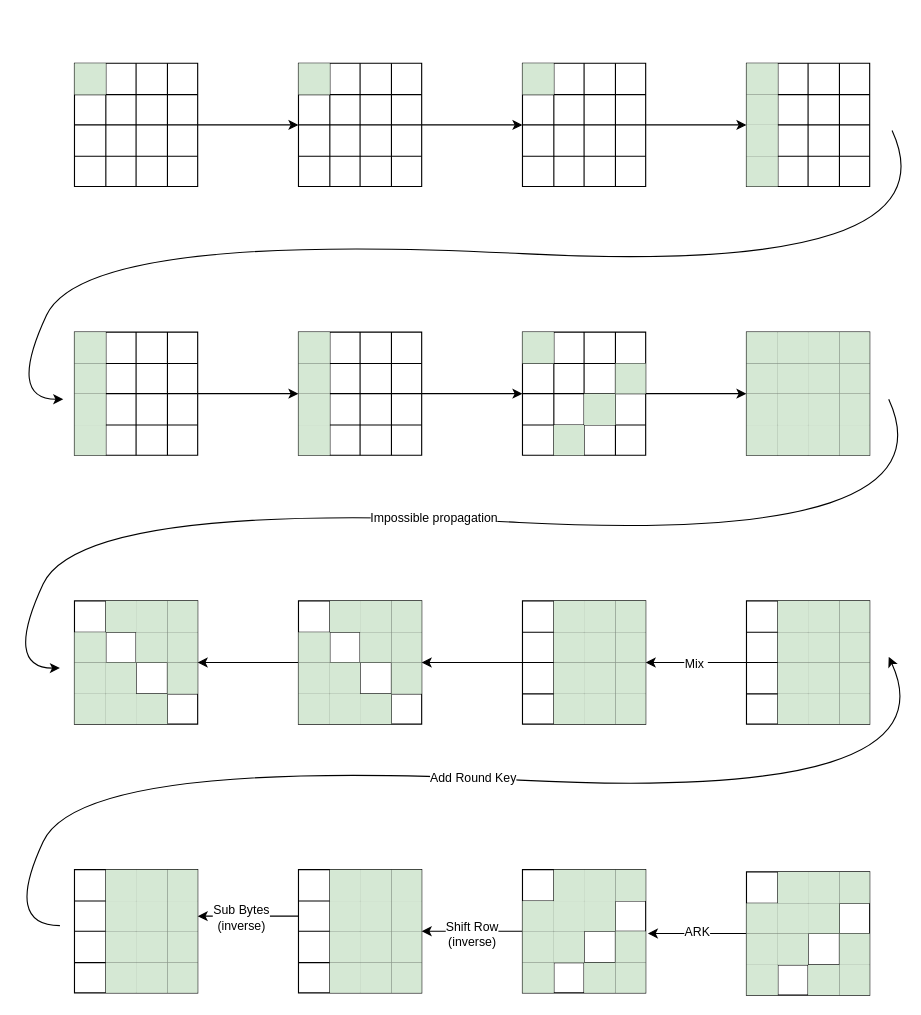
The draw.io diagram Untitled Diagram.drawio in VickyMerzOwn/CS553-Codes, before the edit. Source tidied: cells renumbered, new cells numbered last; positions are measured from the earlier drawing's top-left corner, leaving out a move shared by most shapes. Both pictures are drawn from the tidied source at 112%, with x=0, y=0 at pixel (3, 63).
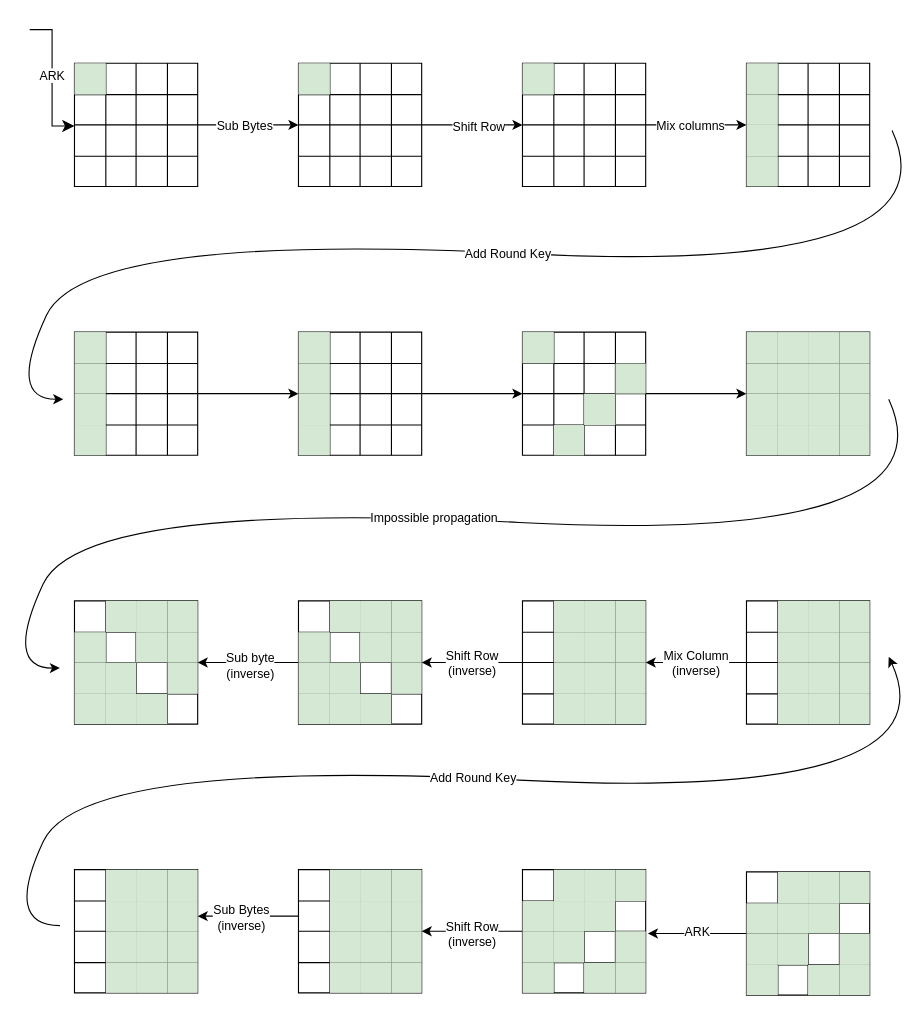
After the change.

The change refers to these unchanged cells:
```xml
<mxCell id="2" style="edgeStyle=orthogonalEdgeStyle;rounded=0;jettySize=auto;html=1;" parent="1" edge="1" source="3" target="25">
  <mxGeometry relative="1" as="geometry" />
</mxCell>
<mxCell id="24" style="edgeStyle=orthogonalEdgeStyle;rounded=0;jettySize=auto;html=1;" parent="1" edge="1" source="25" target="47">
  <mxGeometry relative="1" as="geometry" />
</mxCell>
<mxCell id="46" style="edgeStyle=orthogonalEdgeStyle;rounded=0;jettySize=auto;html=1;" parent="1" edge="1" source="47">
  <mxGeometry relative="1" as="geometry">
    <mxPoint x="663" y="55" as="targetPoint" />
  </mxGeometry>
</mxCell>
<mxCell id="176" style="edgeStyle=orthogonalEdgeStyle;rounded=0;jettySize=auto;html=1;" parent="1" edge="1" source="199" target="177">
  <mxGeometry relative="1" as="geometry" />
</mxCell>
<mxCell id="198" style="edgeStyle=orthogonalEdgeStyle;rounded=0;jettySize=auto;html=1;" parent="1" edge="1" source="222" target="199">
  <mxGeometry relative="1" as="geometry" />
</mxCell>
<mxCell id="220" style="edgeStyle=orthogonalEdgeStyle;rounded=0;jettySize=auto;html=1;" parent="1" edge="1" source="243" target="222">
  <mxGeometry relative="1" as="geometry" />
</mxCell>
<mxCell id="352" style="curved=1;endArrow=classic;html=1;rounded=0;" parent="1" edge="1">
  <mxGeometry relative="1" as="geometry">
    <mxPoint x="793" y="60" as="sourcePoint" />
    <mxPoint x="53" y="300" as="targetPoint" />
    <Array as="points">
      <mxPoint x="853" y="190" />
      <mxPoint x="73" y="150" />
      <mxPoint x="3" y="300" />
    </Array>
  </mxGeometry>
</mxCell>
```

The edit, as a diff of the source:
```diff
@@
+    <mxCell id="359" value="Sub Bytes" style="edgeLabel;html=1;align=center;verticalAlign=middle;" parent="2" vertex="1">
+      <mxGeometry x="-0.09" relative="1" as="geometry" />
+    </mxCell>
@@
+    <mxCell id="360" value="Shift Row" style="edgeLabel;html=1;align=center;verticalAlign=middle;" parent="24" vertex="1">
+      <mxGeometry x="0.11" y="-1" relative="1" as="geometry" />
+    </mxCell>
@@
+    <mxCell id="361" value="Mix columns" style="edgeLabel;html=1;align=center;verticalAlign=middle;" parent="46" vertex="1">
+      <mxGeometry x="0.07" relative="1" as="geometry">
+        <mxPoint x="-8" as="offset" />
+      </mxGeometry>
+    </mxCell>
@@
+    <mxCell id="362" value="Sub byte&lt;br&gt;(inverse)" style="edgeLabel;html=1;align=center;verticalAlign=middle;" parent="176" vertex="1">
+      <mxGeometry x="-0.02" y="2" relative="1" as="geometry" />
+    </mxCell>
@@
+    <mxCell id="363" value="Shift Row&lt;br&gt;(inverse)" style="edgeLabel;html=1;align=center;verticalAlign=middle;" parent="198" vertex="1">
+      <mxGeometry x="0.02" relative="1" as="geometry" />
+    </mxCell>
@@
-    <mxCell id="221" value="Mix&amp;nbsp;" style="edgeLabel;html=1;align=center;verticalAlign=middle;" parent="220" vertex="1">
+    <mxCell id="221" value="Mix Column&lt;br&gt;(inverse)" style="edgeLabel;html=1;align=center;verticalAlign=middle;" parent="220" vertex="1">
       <mxGeometry x="0.02" relative="1" as="geometry" />
     </mxCell>
@@
+    <mxCell id="364" value="Add Round Key" style="edgeLabel;html=1;align=center;verticalAlign=middle;" parent="352" vertex="1">
+      <mxGeometry x="-0.04" relative="1" as="geometry" />
+    </mxCell>
@@
+    <mxCell id="365" style="edgeStyle=elbowEdgeStyle;elbow=horizontal;endArrow=classic;html=1;curved=0;rounded=0;endSize=8;startSize=8;" parent="1" edge="1">
+      <mxGeometry relative="1" as="geometry">
+        <mxPoint x="23" y="-30" as="sourcePoint" />
+        <mxPoint x="63" y="56" as="targetPoint" />
+        <Array as="points">
+          <mxPoint x="43" y="10" />
+        </Array>
+      </mxGeometry>
+    </mxCell>
+    <mxCell id="366" value="ARK" style="edgeLabel;html=1;align=center;verticalAlign=middle;" parent="365" vertex="1">
+      <mxGeometry x="-0.35" y="-1" relative="1" as="geometry">
+        <mxPoint y="19" as="offset" />
+      </mxGeometry>
+    </mxCell>
```
